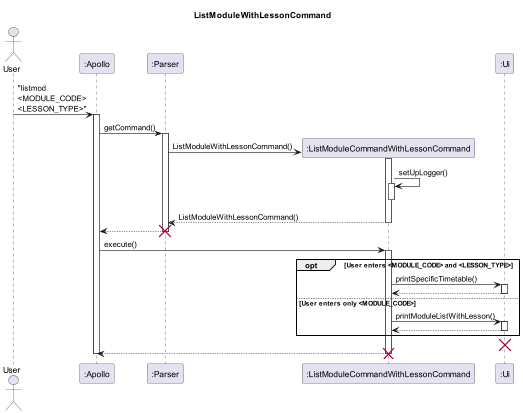
nus-cs2113-AY2223S2/tp keeps this PlantUML diagram as docs/uml-diagrams/ListModuleWithLessonCommand-ListModuleWithLessonCommand.png. Above is the earlier version.
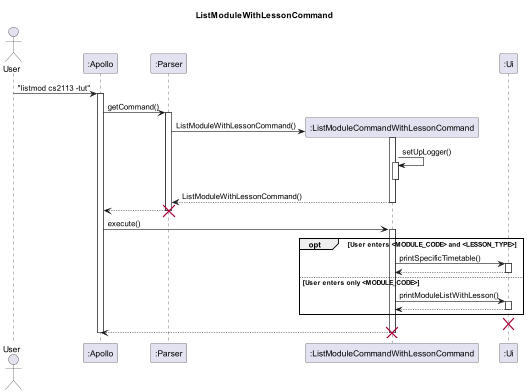
Above is the later version.

Commit message:
Update UML with specific inputs

Diff of the diagram source:
```diff
@@ -11,7 +11,7 @@
 participant ":ListModuleCommandWithLessonCommand" as ListMod
 participant ":Ui" as Ui
 
-User -> Apollo : "listmod <MODULE_CODE> <LESSON_TYPE>"
+User -> Apollo : "listmod cs2113 -tut"
 
 activate Apollo
 Apollo -> Parser : getCommand()
```
